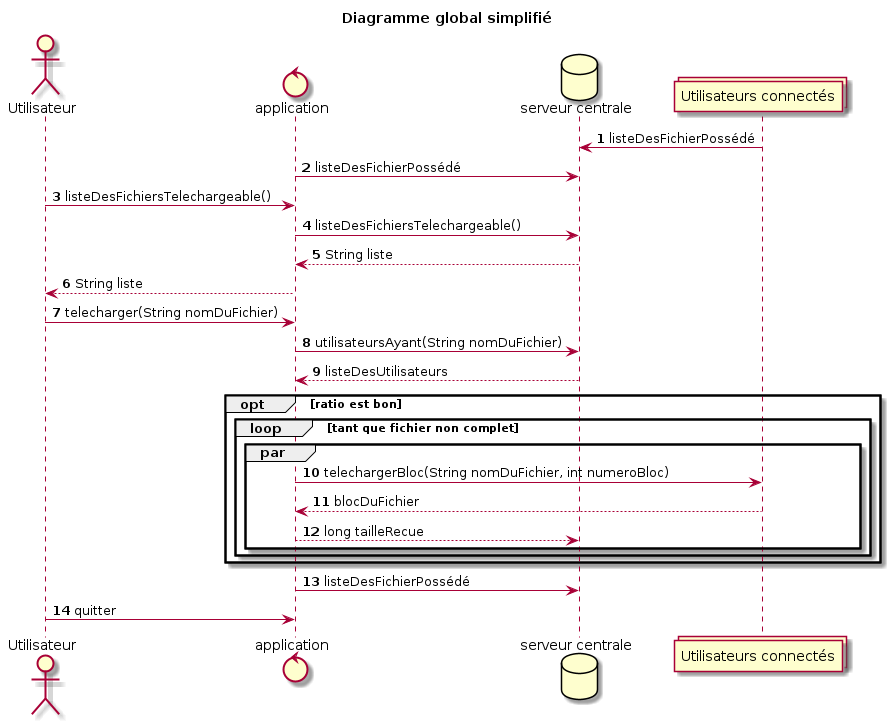
sebastienPoussard/p2p_stri keeps this PlantUML diagram as docs/UML/Diagramme global simplifié.png. Above is the earlier version. Source of this version:
```plantuml
@startuml

actor "Utilisateur" as u
control "application" as a
database "serveur centrale" as d
collections "Utilisateurs connectés" as u2

title Diagramme global simplifié
autonumber

u2 -> d : listeDesFichierPossédé
a -> d : listeDesFichierPossédé
u -> a : listeDesFichiersTelechargeable()
a -> d : listeDesFichiersTelechargeable()
d --> a : String liste
a --> u : String liste
u -> a : telecharger(String nomDuFichier)
a -> d : utilisateursAyant(String nomDuFichier)
d --> a : listeDesUtilisateurs
opt ratio est bon
    loop tant que fichier non complet
        par
            a -> u2 : telechargerBloc(String nomDuFichier, int numeroBloc)
            u2 --> a : blocDuFichier
            a --> d : long tailleRecue
        end
    end
end
a -> d : listeDesFichierPossédé
u -> a : quitter


@enduml
```
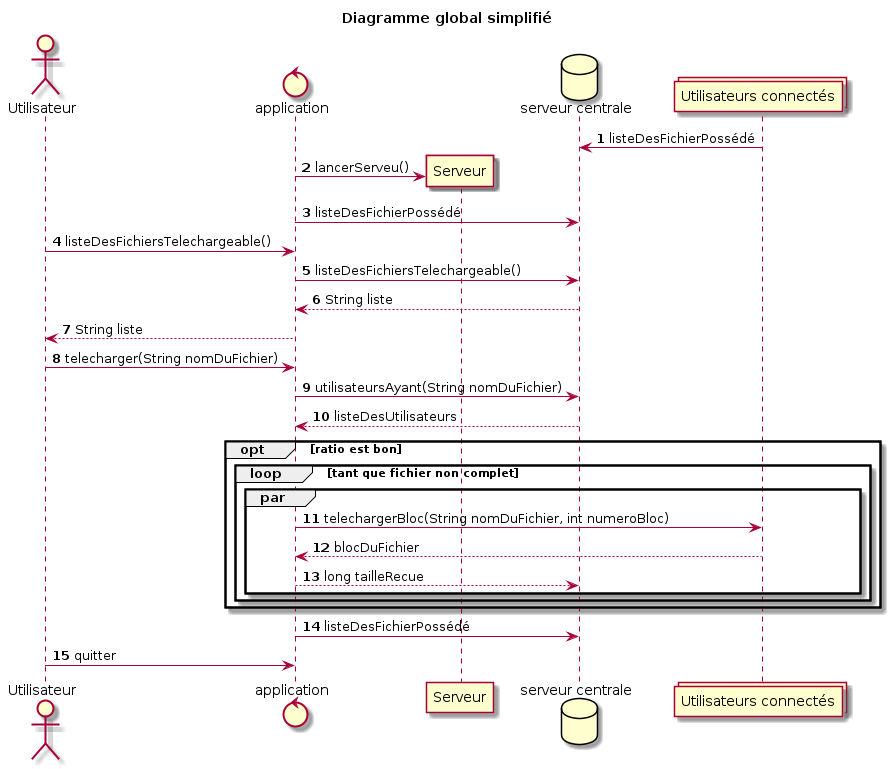
After the commit.

Commit message:
UML correction 2

The edit, as a diff of the source:
```diff
@@ -1,14 +1,16 @@
 @startuml
 
-actor "Utilisateur" as u
-control "application" as a
-database "serveur centrale" as d
-collections "Utilisateurs connectés" as u2
+actor "Utilisateur" as u order 1
+control "application" as a order 2
+database "serveur centrale" as d order 4
+collections "Utilisateurs connectés" as u2 order 5
 
 title Diagramme global simplifié
 autonumber
 
 u2 -> d : listeDesFichierPossédé
+create "Serveur" as s order 3
+a -> s : lancerServeu()
 a -> d : listeDesFichierPossédé
 u -> a : listeDesFichiersTelechargeable()
 a -> d : listeDesFichiersTelechargeable()
```
